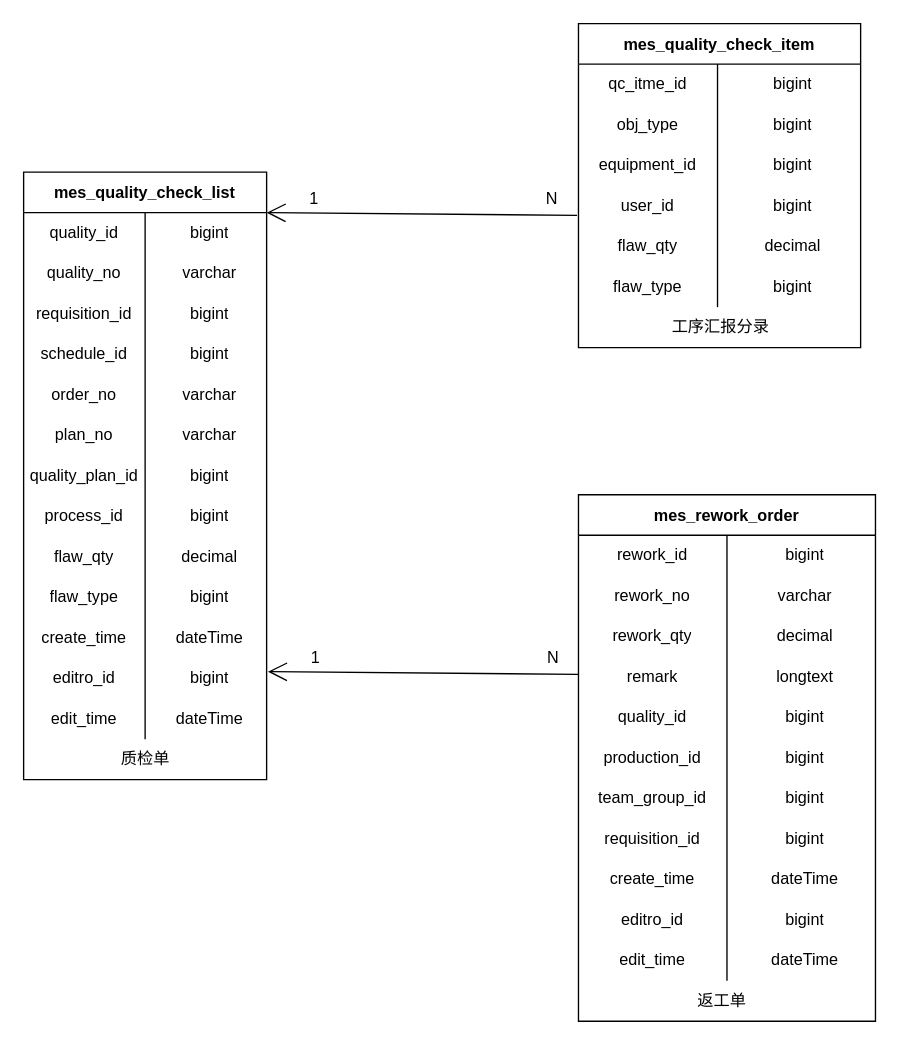
KNAI-I/test keeps this draw.io diagram as page "质检&返工单管理" (2 of 5) of 数据表.drawio. Above is the earlier version. Source tidied: cells renumbered, new cells numbered last; positions are measured from the earlier drawing's top-left corner, leaving out a move shared by most shapes. Both pictures are drawn from the tidied source at 135%, with x=0, y=0 at pixel (23, 23).
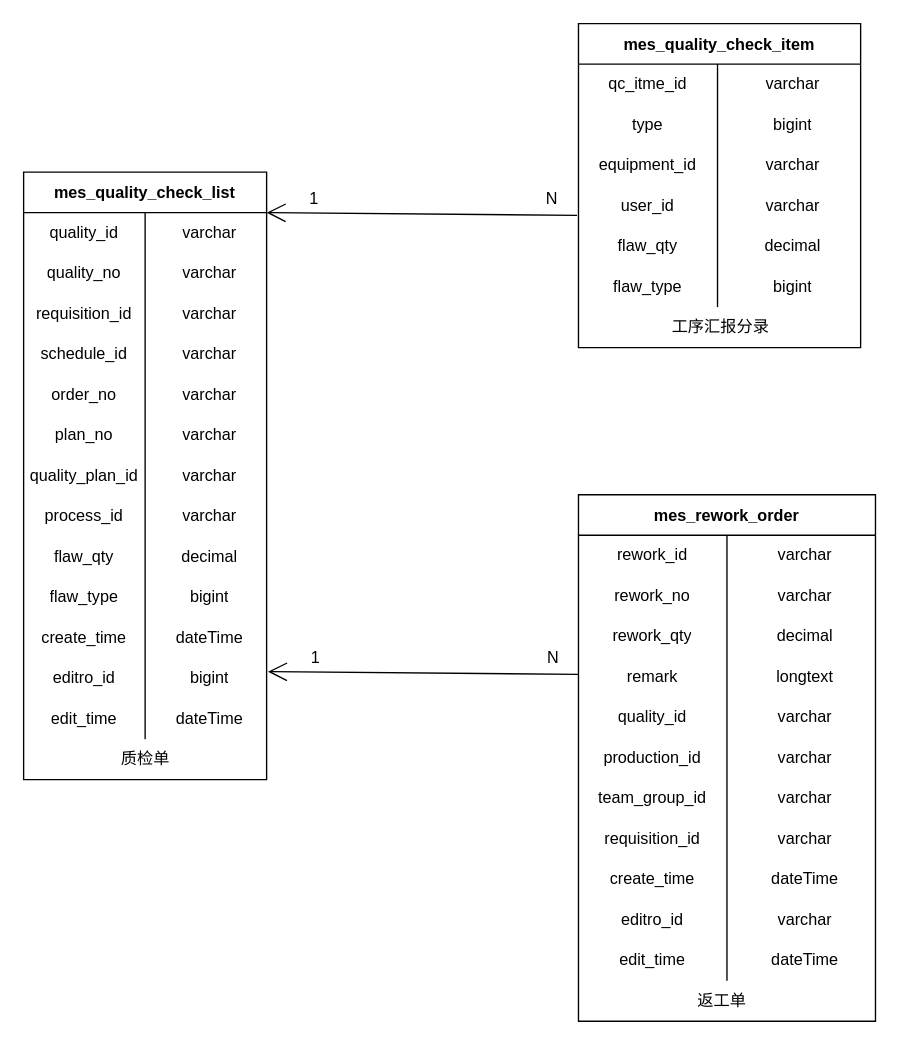
After the change.

Unchanged cells that the change refers to:
```xml
<mxCell id="3" style="shape=tableRow;horizontal=0;startSize=0;swimlaneHead=0;swimlaneBody=0;top=0;left=0;bottom=0;right=0;fillColor=none;" parent="2" vertex="1">
  <mxGeometry y="30" width="180" height="30" as="geometry" />
</mxCell>
<mxCell id="9" style="shape=tableRow;horizontal=0;startSize=0;swimlaneHead=0;swimlaneBody=0;top=0;left=0;bottom=0;right=0;fillColor=none;" parent="2" vertex="1">
  <mxGeometry y="90" width="180" height="30" as="geometry" />
</mxCell>
<mxCell id="12" style="shape=tableRow;horizontal=0;startSize=0;swimlaneHead=0;swimlaneBody=0;top=0;left=0;bottom=0;right=0;fillColor=none;" parent="2" vertex="1">
  <mxGeometry y="120" width="180" height="30" as="geometry" />
</mxCell>
<mxCell id="21" style="shape=tableRow;horizontal=0;startSize=0;swimlaneHead=0;swimlaneBody=0;top=0;left=0;bottom=0;right=0;fillColor=none;" parent="2" vertex="1">
  <mxGeometry y="210" width="180" height="30" as="geometry" />
</mxCell>
<mxCell id="24" style="shape=tableRow;horizontal=0;startSize=0;swimlaneHead=0;swimlaneBody=0;top=0;left=0;bottom=0;right=0;fillColor=none;" parent="2" vertex="1">
  <mxGeometry y="240" width="180" height="30" as="geometry" />
</mxCell>
<mxCell id="44" style="shape=tableRow;horizontal=0;startSize=0;swimlaneHead=0;swimlaneBody=0;top=0;left=0;bottom=0;right=0;fillColor=none;" parent="43" vertex="1">
  <mxGeometry y="30" width="220" height="30" as="geometry" />
</mxCell>
<mxCell id="56" style="shape=tableRow;horizontal=0;startSize=0;swimlaneHead=0;swimlaneBody=0;top=0;left=0;bottom=0;right=0;fillColor=none;" parent="43" vertex="1">
  <mxGeometry y="150" width="220" height="30" as="geometry" />
</mxCell>
<mxCell id="59" style="shape=tableRow;horizontal=0;startSize=0;swimlaneHead=0;swimlaneBody=0;top=0;left=0;bottom=0;right=0;fillColor=none;" parent="43" vertex="1">
  <mxGeometry y="180" width="220" height="30" as="geometry" />
</mxCell>
<mxCell id="62" style="shape=tableRow;horizontal=0;startSize=0;swimlaneHead=0;swimlaneBody=0;top=0;left=0;bottom=0;right=0;fillColor=none;" parent="43" vertex="1">
  <mxGeometry y="210" width="220" height="30" as="geometry" />
</mxCell>
<mxCell id="65" style="shape=tableRow;horizontal=0;startSize=0;swimlaneHead=0;swimlaneBody=0;top=0;left=0;bottom=0;right=0;fillColor=none;" parent="43" vertex="1">
  <mxGeometry y="240" width="220" height="30" as="geometry" />
</mxCell>
<mxCell id="71" style="shape=tableRow;horizontal=0;startSize=0;swimlaneHead=0;swimlaneBody=0;top=0;left=0;bottom=0;right=0;fillColor=none;" parent="43" vertex="1">
  <mxGeometry y="300" width="220" height="30" as="geometry" />
</mxCell>
<mxCell id="79" style="shape=tableRow;horizontal=0;startSize=0;swimlaneHead=0;swimlaneBody=0;top=0;left=0;bottom=0;right=0;fillColor=none;" parent="78" vertex="1">
  <mxGeometry y="30" width="209" height="30" as="geometry" />
</mxCell>
<mxCell id="82" style="shape=tableRow;horizontal=0;startSize=0;swimlaneHead=0;swimlaneBody=0;top=0;left=0;bottom=0;right=0;fillColor=none;" parent="78" vertex="1">
  <mxGeometry y="60" width="209" height="30" as="geometry" />
</mxCell>
<mxCell id="85" style="shape=tableRow;horizontal=0;startSize=0;swimlaneHead=0;swimlaneBody=0;top=0;left=0;bottom=0;right=0;fillColor=none;" parent="78" vertex="1">
  <mxGeometry y="90" width="209" height="30" as="geometry" />
</mxCell>
<mxCell id="88" style="shape=tableRow;horizontal=0;startSize=0;swimlaneHead=0;swimlaneBody=0;top=0;left=0;bottom=0;right=0;fillColor=none;points=[[0,0.5],[1,0.5]];portConstraint=eastwest;" parent="78" vertex="1">
  <mxGeometry y="120" width="209" height="30" as="geometry" />
</mxCell>
```

The edit, as a diff of the source:
```diff
@@
-    <mxCell id="5" value="bigint" style="shape=partialRectangle;html=1;whiteSpace=wrap;fillColor=none;top=0;left=0;bottom=0;right=0;align=center;spacingLeft=6;overflow=hidden;" parent="3" vertex="1">
+    <mxCell id="5" value="varchar" style="shape=partialRectangle;html=1;whiteSpace=wrap;fillColor=none;top=0;left=0;bottom=0;right=0;align=center;spacingLeft=6;overflow=hidden;" parent="3" vertex="1">
       <mxGeometry x="90" width="90" height="30" as="geometry" />
     </mxCell>
@@
-    <mxCell id="11" value="bigint" style="shape=partialRectangle;html=1;whiteSpace=wrap;fillColor=none;top=0;left=0;bottom=0;right=0;align=center;spacingLeft=6;overflow=hidden;" parent="9" vertex="1">
+    <mxCell id="11" value="varchar" style="shape=partialRectangle;html=1;whiteSpace=wrap;fillColor=none;top=0;left=0;bottom=0;right=0;align=center;spacingLeft=6;overflow=hidden;" parent="9" vertex="1">
       <mxGeometry x="90" width="90" height="30" as="geometry" />
     </mxCell>
@@
-    <mxCell id="14" value="bigint" style="shape=partialRectangle;html=1;whiteSpace=wrap;fillColor=none;top=0;left=0;bottom=0;right=0;align=center;spacingLeft=6;overflow=hidden;" parent="12" vertex="1">
+    <mxCell id="14" value="varchar" style="shape=partialRectangle;html=1;whiteSpace=wrap;fillColor=none;top=0;left=0;bottom=0;right=0;align=center;spacingLeft=6;overflow=hidden;" parent="12" vertex="1">
       <mxGeometry x="90" width="90" height="30" as="geometry" />
     </mxCell>
@@
-    <mxCell id="23" value="bigint" style="shape=partialRectangle;html=1;whiteSpace=wrap;fillColor=none;top=0;left=0;bottom=0;right=0;align=center;spacingLeft=6;overflow=hidden;" parent="21" vertex="1">
+    <mxCell id="23" value="varchar" style="shape=partialRectangle;html=1;whiteSpace=wrap;fillColor=none;top=0;left=0;bottom=0;right=0;align=center;spacingLeft=6;overflow=hidden;" parent="21" vertex="1">
       <mxGeometry x="90" width="90" height="30" as="geometry" />
     </mxCell>
@@
-    <mxCell id="26" value="bigint" style="shape=partialRectangle;html=1;whiteSpace=wrap;fillColor=none;top=0;left=0;bottom=0;right=0;align=center;spacingLeft=6;overflow=hidden;" parent="24" vertex="1">
+    <mxCell id="26" value="varchar" style="shape=partialRectangle;html=1;whiteSpace=wrap;fillColor=none;top=0;left=0;bottom=0;right=0;align=center;spacingLeft=6;overflow=hidden;" parent="24" vertex="1">
       <mxGeometry x="90" width="90" height="30" as="geometry" />
     </mxCell>
@@
-    <mxCell id="46" value="bigint" style="shape=partialRectangle;html=1;whiteSpace=wrap;fillColor=none;top=0;left=0;bottom=0;right=0;align=center;spacingLeft=6;overflow=hidden;" parent="44" vertex="1">
+    <mxCell id="46" value="varchar" style="shape=partialRectangle;html=1;whiteSpace=wrap;fillColor=none;top=0;left=0;bottom=0;right=0;align=center;spacingLeft=6;overflow=hidden;" parent="44" vertex="1">
       <mxGeometry x="110" width="110" height="30" as="geometry" />
     </mxCell>
@@
-    <mxCell id="58" value="bigint" style="shape=partialRectangle;html=1;whiteSpace=wrap;fillColor=none;top=0;left=0;bottom=0;right=0;align=center;spacingLeft=6;overflow=hidden;" parent="56" vertex="1">
+    <mxCell id="58" value="varchar" style="shape=partialRectangle;html=1;whiteSpace=wrap;fillColor=none;top=0;left=0;bottom=0;right=0;align=center;spacingLeft=6;overflow=hidden;" parent="56" vertex="1">
       <mxGeometry x="110" width="110" height="30" as="geometry" />
     </mxCell>
@@
-    <mxCell id="61" value="bigint" style="shape=partialRectangle;html=1;whiteSpace=wrap;fillColor=none;top=0;left=0;bottom=0;right=0;align=center;spacingLeft=6;overflow=hidden;" parent="59" vertex="1">
+    <mxCell id="61" value="varchar" style="shape=partialRectangle;html=1;whiteSpace=wrap;fillColor=none;top=0;left=0;bottom=0;right=0;align=center;spacingLeft=6;overflow=hidden;" parent="59" vertex="1">
       <mxGeometry x="110" width="110" height="30" as="geometry" />
     </mxCell>
@@
-    <mxCell id="64" value="bigint" style="shape=partialRectangle;html=1;whiteSpace=wrap;fillColor=none;top=0;left=0;bottom=0;right=0;align=center;spacingLeft=6;overflow=hidden;" parent="62" vertex="1">
+    <mxCell id="64" value="varchar" style="shape=partialRectangle;html=1;whiteSpace=wrap;fillColor=none;top=0;left=0;bottom=0;right=0;align=center;spacingLeft=6;overflow=hidden;" parent="62" vertex="1">
       <mxGeometry x="110" width="110" height="30" as="geometry" />
     </mxCell>
@@
-    <mxCell id="67" value="bigint" style="shape=partialRectangle;html=1;whiteSpace=wrap;fillColor=none;top=0;left=0;bottom=0;right=0;align=center;spacingLeft=6;overflow=hidden;" parent="65" vertex="1">
+    <mxCell id="67" value="varchar" style="shape=partialRectangle;html=1;whiteSpace=wrap;fillColor=none;top=0;left=0;bottom=0;right=0;align=center;spacingLeft=6;overflow=hidden;" parent="65" vertex="1">
       <mxGeometry x="110" width="110" height="30" as="geometry" />
     </mxCell>
@@
-    <mxCell id="73" value="bigint" style="shape=partialRectangle;html=1;whiteSpace=wrap;fillColor=none;top=0;left=0;bottom=0;right=0;align=center;spacingLeft=6;overflow=hidden;" parent="71" vertex="1">
+    <mxCell id="73" value="varchar" style="shape=partialRectangle;html=1;whiteSpace=wrap;fillColor=none;top=0;left=0;bottom=0;right=0;align=center;spacingLeft=6;overflow=hidden;" parent="71" vertex="1">
       <mxGeometry x="110" width="110" height="30" as="geometry" />
     </mxCell>
@@
-    <mxCell id="81" value="bigint" style="shape=partialRectangle;html=1;whiteSpace=wrap;fillColor=none;top=0;left=0;bottom=0;right=0;align=center;spacingLeft=6;overflow=hidden;" parent="79" vertex="1">
+    <mxCell id="81" value="varchar" style="shape=partialRectangle;html=1;whiteSpace=wrap;fillColor=none;top=0;left=0;bottom=0;right=0;align=center;spacingLeft=6;overflow=hidden;" parent="79" vertex="1">
       <mxGeometry x="103" width="106" height="30" as="geometry" />
     </mxCell>
@@
-    <mxCell id="83" value="obj_type" style="shape=partialRectangle;html=1;whiteSpace=wrap;fillColor=none;top=0;left=0;bottom=0;right=0;overflow=hidden;" parent="82" vertex="1">
+    <mxCell id="83" value="type" style="shape=partialRectangle;html=1;whiteSpace=wrap;fillColor=none;top=0;left=0;bottom=0;right=0;overflow=hidden;" parent="82" vertex="1">
       <mxGeometry width="103" height="30" as="geometry" />
     </mxCell>
@@
-    <mxCell id="87" value="bigint" style="shape=partialRectangle;html=1;whiteSpace=wrap;fillColor=none;top=0;left=0;bottom=0;right=0;align=center;spacingLeft=6;overflow=hidden;" parent="85" vertex="1">
+    <mxCell id="87" value="varchar" style="shape=partialRectangle;html=1;whiteSpace=wrap;fillColor=none;top=0;left=0;bottom=0;right=0;align=center;spacingLeft=6;overflow=hidden;" parent="85" vertex="1">
       <mxGeometry x="103" width="106" height="30" as="geometry" />
     </mxCell>
@@
-    <mxCell id="90" value="bigint" style="shape=partialRectangle;html=1;whiteSpace=wrap;fillColor=none;top=0;left=0;bottom=0;right=0;align=center;spacingLeft=6;overflow=hidden;" parent="88" vertex="1">
+    <mxCell id="90" value="varchar" style="shape=partialRectangle;html=1;whiteSpace=wrap;fillColor=none;top=0;left=0;bottom=0;right=0;align=center;spacingLeft=6;overflow=hidden;" parent="88" vertex="1">
       <mxGeometry x="103" width="106" height="30" as="geometry" />
     </mxCell>
```
